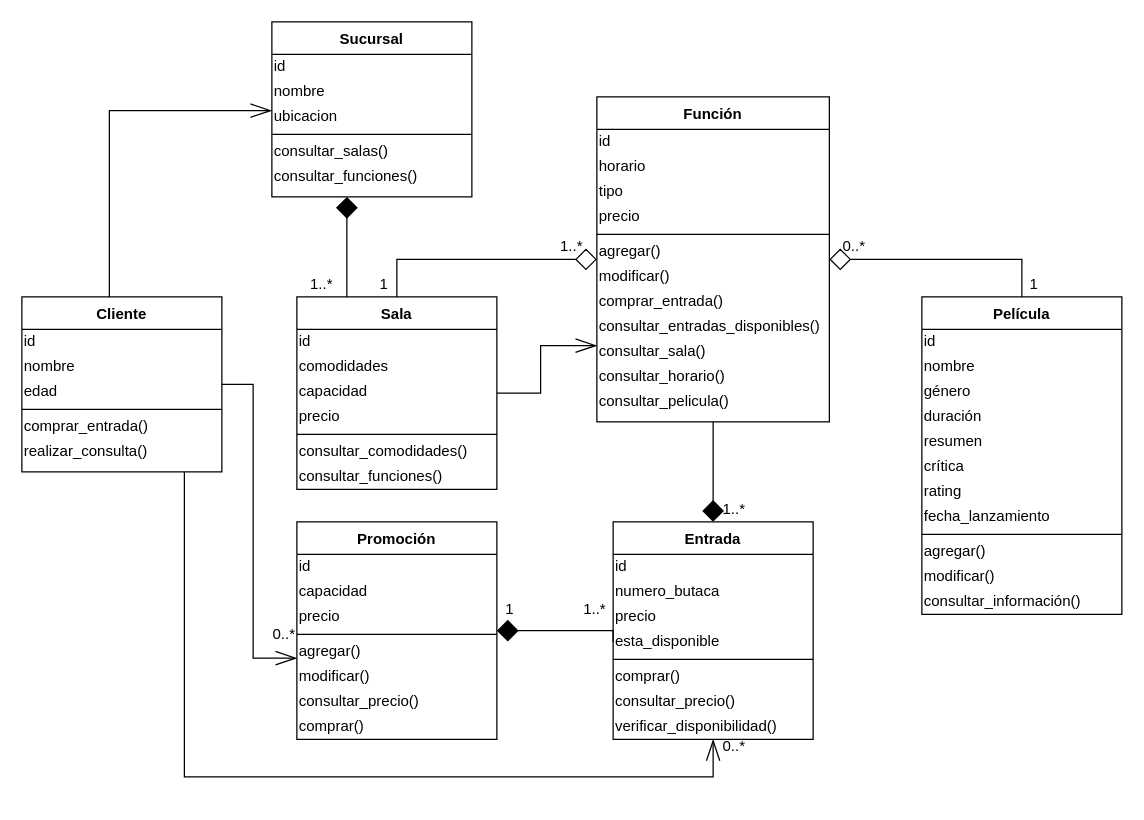
mauro7x/aninfo keeps this draw.io diagram as TP3/Diagramas/Clases/DiagramaClases.drawio. Above is the earlier version. Source tidied: cells renumbered, new cells numbered last; positions are measured from the earlier drawing's top-left corner, leaving out a move shared by most shapes. Both pictures are drawn from the tidied source at 125%, with x=0, y=0 at pixel (21, 21).
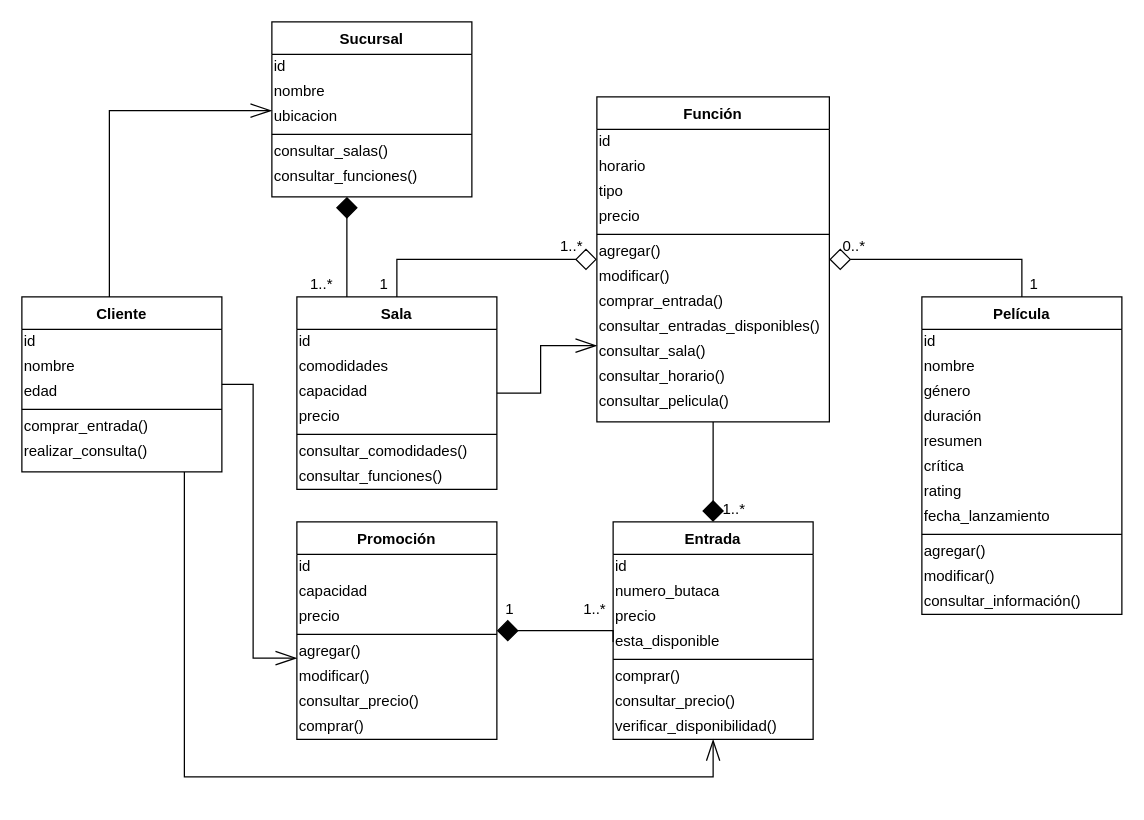
The same diagram, later.

Commit message (it also covers changes not shown here):
Fixes class diagram

Change to the diagram source:
```diff
@@
-    <mxCell id="85" value="0..*" style="text;html=1;strokeColor=none;fillColor=none;align=center;verticalAlign=middle;whiteSpace=wrap;rounded=0;" parent="1" vertex="1">
-      <mxGeometry x="550" y="570" width="40" height="20" as="geometry" />
-    </mxCell>
-    <mxCell id="86" value="0..*" style="text;html=1;strokeColor=none;fillColor=none;align=center;verticalAlign=middle;whiteSpace=wrap;rounded=0;" parent="1" vertex="1">
-      <mxGeometry x="190" y="480" width="40" height="20" as="geometry" />
-    </mxCell>
```
